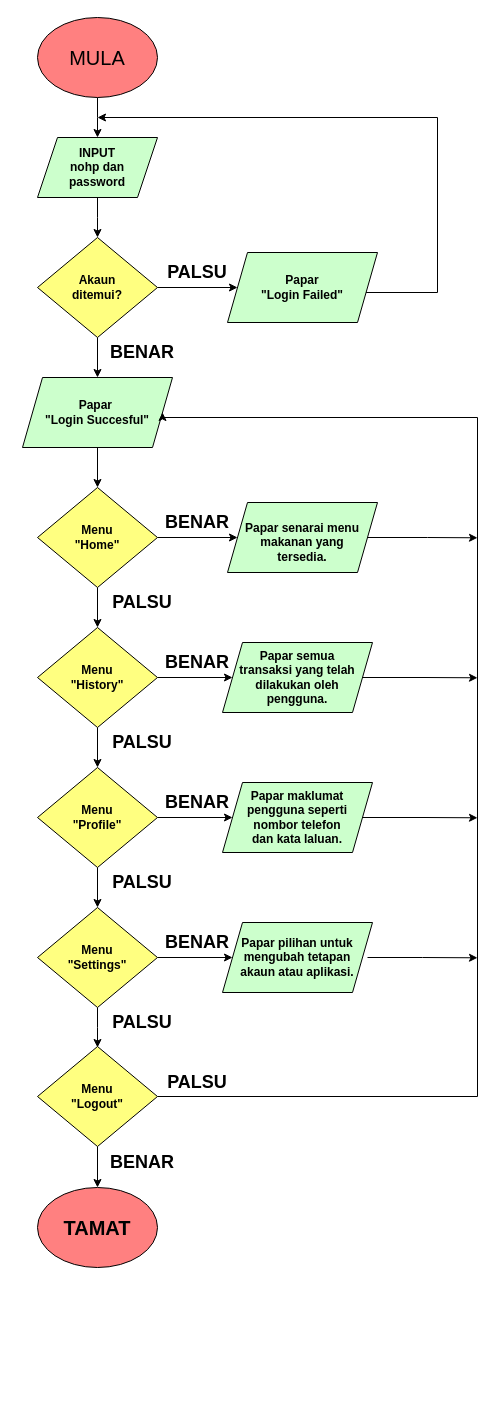
VisualGitCode/VisualGitCode.github.io keeps this draw.io diagram as CartaAlirPengguna.drawio. Above is the earlier version. Source tidied: cells renumbered, new cells numbered last; positions are measured from the earlier drawing's top-left corner, leaving out a move shared by most shapes. Both pictures are drawn from the tidied source at 100%, with x=0, y=0 at pixel (17, 17).
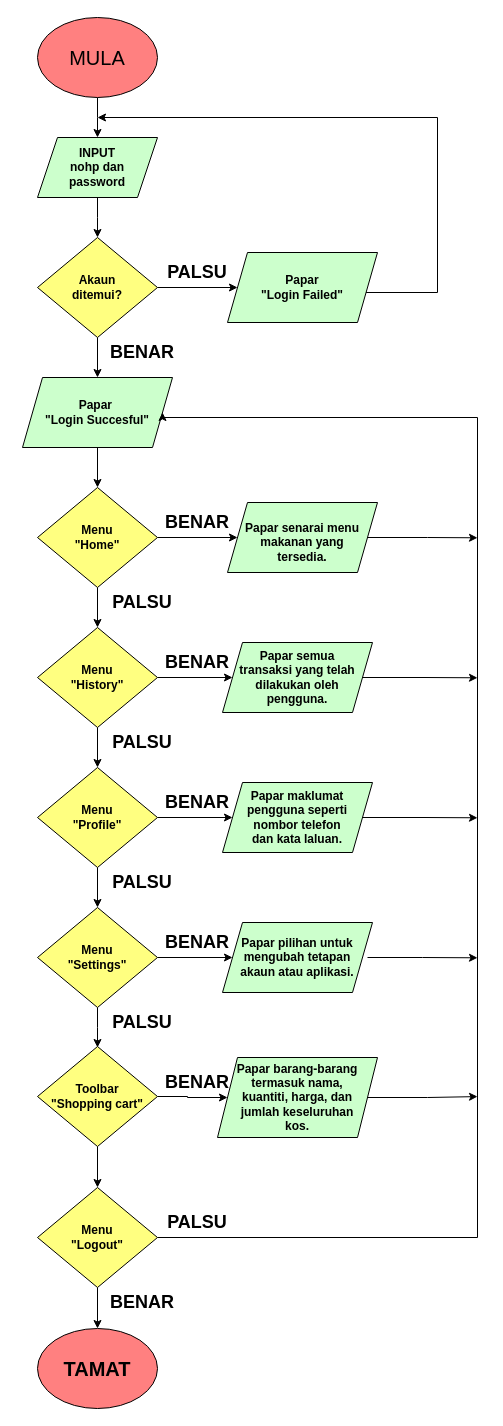
After the change.

The change refers to these unchanged cells:
```xml
<mxCell id="17" style="shape=parallelogram;perimeter=parallelogramPerimeter;whiteSpace=wrap;html=1;fixedSize=1;fillColor=#CCFFCC;" parent="1" vertex="1">
  <mxGeometry x="5" y="360" width="150" height="70" as="geometry" />
</mxCell>
```

The edit, as a diff of the source:
```diff
@@
     <mxCell id="28" style="ellipse;whiteSpace=wrap;html=1;fillColor=#FF8080;labelBorderColor=#FF0000;" parent="1" vertex="1">
-      <mxGeometry x="20" y="1170" width="120" height="80" as="geometry" />
+      <mxGeometry x="20" y="1311" width="120" height="80" as="geometry" />
     </mxCell>
@@
     <mxCell id="36" value="TAMAT" style="text;strokeColor=none;align=center;fillColor=none;html=1;verticalAlign=middle;whiteSpace=wrap;rounded=0;fontStyle=1;fontSize=20;" parent="1" vertex="1">
-      <mxGeometry x="50" y="1195" width="60" height="30" as="geometry" />
+      <mxGeometry x="50" y="1336" width="60" height="30" as="geometry" />
     </mxCell>
@@
     <mxCell id="59" style="edgeStyle=orthogonalEdgeStyle;rounded=0;jettySize=auto;html=1;exitX=1;exitY=0.5;exitDx=0;exitDy=0;entryX=1;entryY=0.5;entryDx=0;entryDy=0;" parent="1" edge="1" source="60" target="17">
       <mxGeometry relative="1" as="geometry">
         <Array as="points">
-          <mxPoint x="460" y="1079" />
+          <mxPoint x="460" y="1220" />
           <mxPoint x="460" y="400" />
           <mxPoint x="145" y="400" />
         </Array>
       </mxGeometry>
     </mxCell>
     <mxCell id="60" style="rhombus;whiteSpace=wrap;html=1;fillColor=#FFFF80;" parent="1" vertex="1">
-      <mxGeometry x="20" y="1029" width="120" height="100" as="geometry" />
+      <mxGeometry x="20" y="1170" width="120" height="100" as="geometry" />
     </mxCell>
     <mxCell id="61" value="&lt;div&gt;Menu &lt;br&gt;&lt;/div&gt;&lt;div&gt;&quot;Logout&quot;&lt;br&gt;&lt;/div&gt;" style="text;strokeColor=none;align=center;fillColor=none;html=1;verticalAlign=middle;whiteSpace=wrap;rounded=0;fontStyle=1;" parent="1" vertex="1">
-      <mxGeometry x="40" y="1064" width="80" height="30" as="geometry" />
+      <mxGeometry x="40" y="1205" width="80" height="30" as="geometry" />
     </mxCell>
     <mxCell id="62" value="BENAR" style="text;strokeColor=none;align=center;fillColor=none;html=1;verticalAlign=middle;whiteSpace=wrap;rounded=0;fontStyle=1;fontSize=18;" parent="1" vertex="1">
-      <mxGeometry x="95" y="1130" width="60" height="30" as="geometry" />
+      <mxGeometry x="95" y="1270" width="60" height="30" as="geometry" />
     </mxCell>
     <mxCell id="63" value="PALSU" style="text;strokeColor=none;align=center;fillColor=none;html=1;verticalAlign=middle;whiteSpace=wrap;rounded=0;fontStyle=1;fontSize=18;" parent="1" vertex="1">
-      <mxGeometry x="150" y="1050" width="60" height="30" as="geometry" />
+      <mxGeometry x="150" y="1190" width="60" height="30" as="geometry" />
     </mxCell>
+    <mxCell id="64" style="edgeStyle=orthogonalEdgeStyle;rounded=0;jettySize=auto;html=1;exitX=0.5;exitY=1;exitDx=0;exitDy=0;" parent="1" edge="1" source="66" target="60">
+      <mxGeometry relative="1" as="geometry" />
+    </mxCell>
+    <mxCell id="65" style="edgeStyle=orthogonalEdgeStyle;rounded=0;jettySize=auto;html=1;exitX=1;exitY=0.5;exitDx=0;exitDy=0;entryX=0;entryY=0.5;entryDx=0;entryDy=0;" parent="1" edge="1" source="66" target="69">
+      <mxGeometry relative="1" as="geometry" />
+    </mxCell>
+    <mxCell id="66" style="rhombus;whiteSpace=wrap;html=1;fillColor=#FFFF80;" parent="1" vertex="1">
+      <mxGeometry x="20" y="1029" width="120" height="100" as="geometry" />
+    </mxCell>
+    <mxCell id="67" value="&lt;div&gt;Toolbar&lt;/div&gt;&lt;div&gt;&quot;Shopping cart&quot;&lt;/div&gt;" style="text;strokeColor=none;align=center;fillColor=none;html=1;verticalAlign=middle;whiteSpace=wrap;rounded=0;fontStyle=1;" parent="1" vertex="1">
+      <mxGeometry x="30" y="1064" width="100" height="30" as="geometry" />
+    </mxCell>
+    <mxCell id="68" style="edgeStyle=orthogonalEdgeStyle;rounded=0;jettySize=auto;html=1;exitX=1;exitY=0.5;exitDx=0;exitDy=0;" parent="1" edge="1" source="69">
+      <mxGeometry relative="1" as="geometry">
+        <mxPoint x="460" y="1079.1" as="targetPoint" />
+      </mxGeometry>
+    </mxCell>
+    <mxCell id="69" style="shape=parallelogram;perimeter=parallelogramPerimeter;whiteSpace=wrap;html=1;fixedSize=1;fillColor=#CCFFCC;" parent="1" vertex="1">
+      <mxGeometry x="200" y="1040" width="160" height="80" as="geometry" />
+    </mxCell>
+    <mxCell id="70" value="&lt;div&gt;Papar barang-barang termasuk nama, kuantiti, harga, dan jumlah keseluruhan kos.&lt;/div&gt;" style="text;strokeColor=none;align=center;fillColor=none;html=1;verticalAlign=middle;whiteSpace=wrap;rounded=0;fontStyle=1;" parent="1" vertex="1">
+      <mxGeometry x="210" y="1065" width="140" height="30" as="geometry" />
+    </mxCell>
+    <mxCell id="71" value="BENAR" style="text;strokeColor=none;align=center;fillColor=none;html=1;verticalAlign=middle;whiteSpace=wrap;rounded=0;fontStyle=1;fontSize=18;" parent="1" vertex="1">
+      <mxGeometry x="150" y="1050" width="60" height="30" as="geometry" />
+    </mxCell>
```
